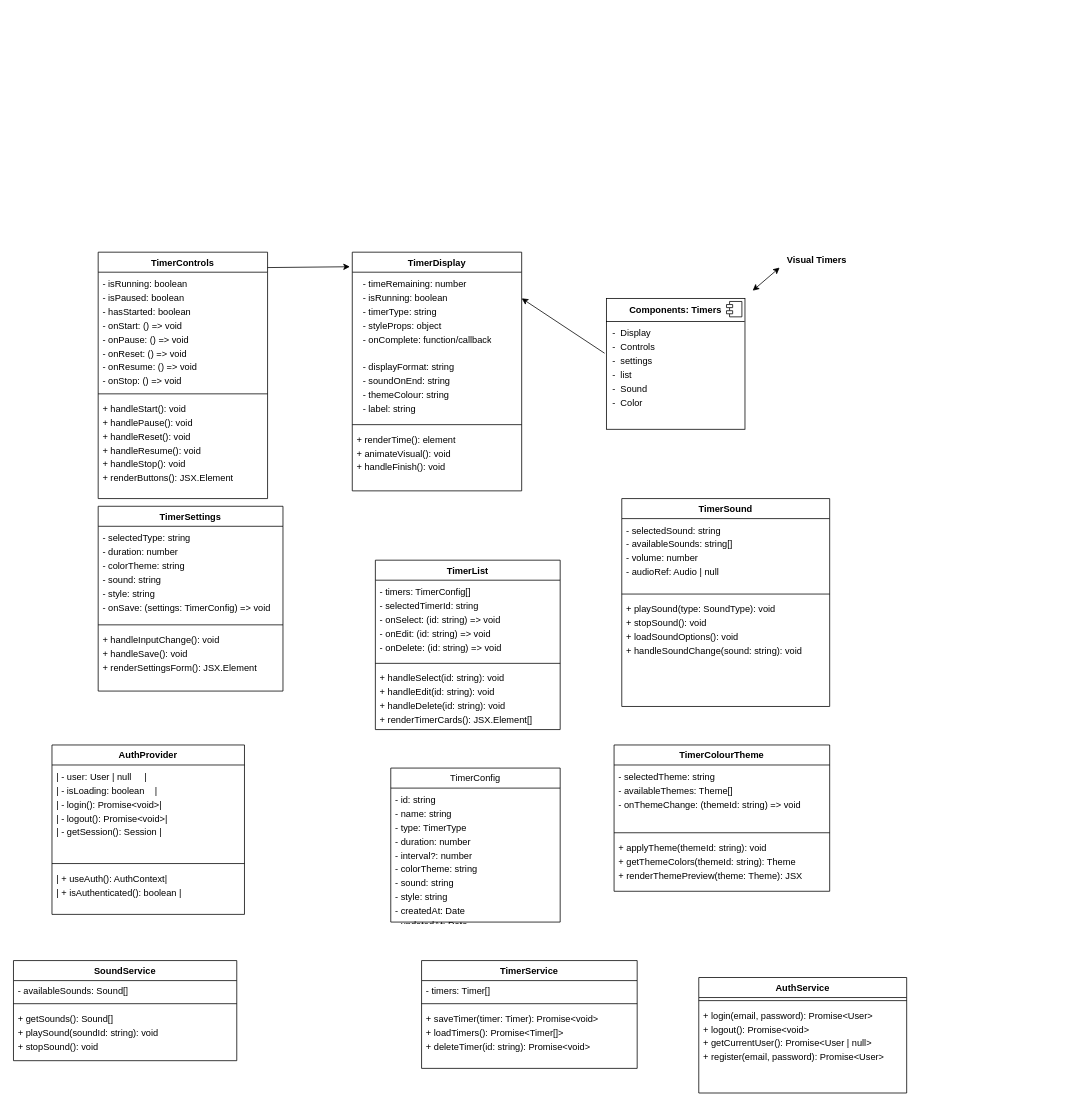
Before: visual-timers.drawio in JGrineau/visual-timers, a draw.io diagram. Source tidied: cells renumbered, new cells numbered last; positions are measured from the earlier drawing's top-left corner, leaving out a move shared by most shapes. Both pictures are drawn from the tidied source at 77%, with x=0, y=0 at pixel (13, 236).
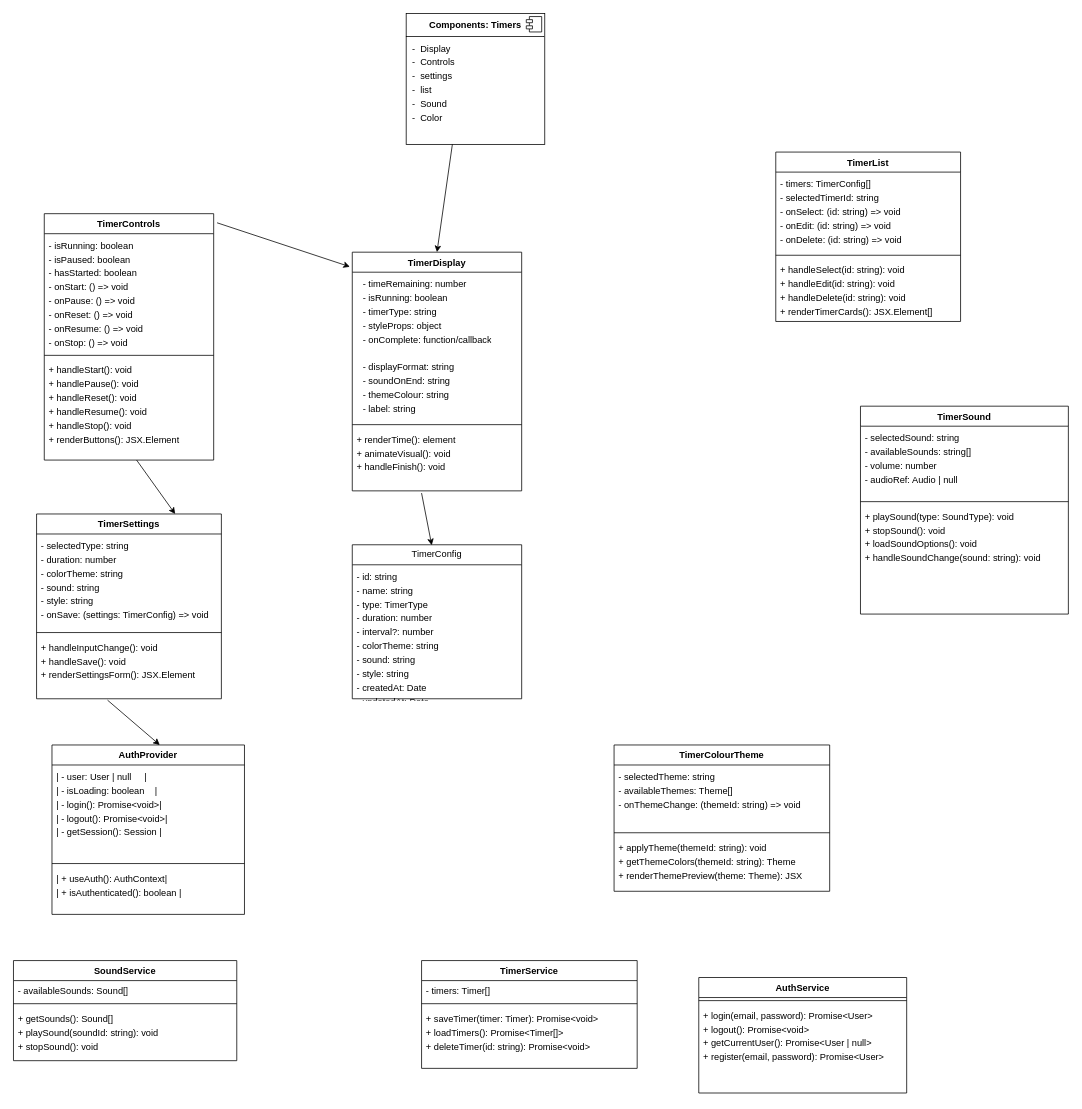
Above is the later version.

Commit message:
connecting components

Unchanged cells that the change refers to:
```xml
<mxCell id="7" value="TimerDisplay" style="swimlane;fontStyle=1;align=center;verticalAlign=top;horizontal=1;startSize=26;whiteSpace=wrap;html=1;" parent="1" vertex="1">
  <mxGeometry x="440" y="20" width="220" height="310" as="geometry" />
</mxCell>
<mxCell id="10" value="&lt;div style=&quot;line-height: 150%;&quot;&gt;+ renderTime(): element&lt;div&gt;+ animateVisual(): void&lt;/div&gt;&lt;div&gt;+ handleFinish(): void&lt;/div&gt;&lt;/div&gt;" style="text;strokeColor=none;fillColor=none;align=left;verticalAlign=top;spacingLeft=4;spacingRight=4;overflow=hidden;points=[[0,0.5],[1,0.5]];portConstraint=eastwest;whiteSpace=wrap;html=1;" parent="7" vertex="1">
  <mxGeometry y="228" width="220" height="82" as="geometry" />
</mxCell>
<mxCell id="14" value="&lt;div style=&quot;line-height: 150%;&quot;&gt;&lt;div&gt;&lt;span style=&quot;font-size: 12px;&quot;&gt;+ handleStart(): void&amp;nbsp;&lt;/span&gt;&lt;/div&gt;&lt;div&gt;&lt;span style=&quot;font-size: 12px;&quot;&gt;+ handlePause(): void&amp;nbsp;&lt;/span&gt;&lt;/div&gt;&lt;div&gt;&lt;span style=&quot;font-size: 12px;&quot;&gt;+ handleReset(): void&amp;nbsp;&lt;/span&gt;&lt;/div&gt;&lt;div&gt;&lt;span style=&quot;font-size: 12px;&quot;&gt;+ handleResume(): void&lt;/span&gt;&lt;/div&gt;&lt;div&gt;&lt;span style=&quot;font-size: 12px;&quot;&gt;+ handleStop(): void&amp;nbsp;&amp;nbsp;&lt;/span&gt;&lt;/div&gt;&lt;div&gt;&lt;span style=&quot;font-size: 12px;&quot;&gt;+ renderButtons(): JSX.Element&lt;/span&gt;&lt;/div&gt;&lt;/div&gt;" style="text;strokeColor=none;fillColor=none;align=left;verticalAlign=top;spacingLeft=4;spacingRight=4;overflow=hidden;points=[[0,0.5],[1,0.5]];portConstraint=eastwest;whiteSpace=wrap;html=1;" parent="11" vertex="1">
  <mxGeometry y="188" width="220" height="132" as="geometry" />
</mxCell>
<mxCell id="19" value="&lt;div style=&quot;line-height: 150%;&quot;&gt;&lt;div&gt;&lt;span style=&quot;font-size: 12px;&quot;&gt;+ handleInputChange(): void&lt;/span&gt;&lt;/div&gt;&lt;div&gt;&lt;span style=&quot;font-size: 12px;&quot;&gt;+ handleSave(): void&amp;nbsp; &amp;nbsp; &amp;nbsp; &amp;nbsp;&amp;nbsp;&lt;/span&gt;&lt;/div&gt;&lt;div&gt;&lt;span style=&quot;font-size: 12px;&quot;&gt;+ renderSettingsForm(): JSX.Element&amp;nbsp;&lt;/span&gt;&lt;/div&gt;&lt;/div&gt;" style="text;strokeColor=none;fillColor=none;align=left;verticalAlign=top;spacingLeft=4;spacingRight=4;overflow=hidden;points=[[0,0.5],[1,0.5]];portConstraint=eastwest;whiteSpace=wrap;html=1;" parent="16" vertex="1">
  <mxGeometry y="158" width="240" height="82" as="geometry" />
</mxCell>
<mxCell id="34" value="AuthProvider" style="swimlane;fontStyle=1;align=center;verticalAlign=top;horizontal=1;startSize=26;whiteSpace=wrap;html=1;" parent="1" vertex="1">
  <mxGeometry x="50" y="660" width="250" height="220" as="geometry" />
</mxCell>
```

The edit, as a diff of the source:
```diff
@@
-    <mxCell id="2" value="Visual Timers" style="text;align=center;fontStyle=1;verticalAlign=middle;spacingLeft=3;spacingRight=3;strokeColor=none;html=1;" parent="1" vertex="1">
-      <mxGeometry x="980" width="125" height="60" as="geometry" />
-    </mxCell>
     <mxCell id="3" value="&lt;div style=&quot;line-height: 150%;&quot;&gt;&lt;p style=&quot;margin:0px;margin-top:6px;text-align:center;&quot;&gt;&lt;b&gt;Components: Timers&lt;/b&gt;&lt;/p&gt;&lt;hr size=&quot;1&quot; style=&quot;border-style:solid;&quot;&gt;&lt;p style=&quot;margin:0px;margin-left:8px;&quot;&gt;-&amp;nbsp; Display&lt;/p&gt;&lt;p style=&quot;margin:0px;margin-left:8px;&quot;&gt;-&amp;nbsp; Controls&lt;/p&gt;&lt;p style=&quot;margin:0px;margin-left:8px;&quot;&gt;-&amp;nbsp; settings&lt;/p&gt;&lt;p style=&quot;margin:0px;margin-left:8px;&quot;&gt;-&amp;nbsp; list&lt;/p&gt;&lt;p style=&quot;margin:0px;margin-left:8px;&quot;&gt;-&amp;nbsp; Sound&amp;nbsp;&lt;/p&gt;&lt;p style=&quot;margin:0px;margin-left:8px;&quot;&gt;-&amp;nbsp; Color&lt;/p&gt;&lt;p style=&quot;margin:0px;margin-left:8px;&quot;&gt;&lt;/p&gt;&lt;/div&gt;" style="align=left;overflow=fill;html=1;whiteSpace=wrap;" parent="1" vertex="1">
-      <mxGeometry x="770" y="80" width="180" height="170" as="geometry" />
+      <mxGeometry x="510" y="-290" width="180" height="170" as="geometry" />
     </mxCell>
@@
-    <mxCell id="5" style="endArrow=classic;startArrow=classic;html=1;rounded=0;" parent="1" edge="1">
-      <mxGeometry relative="1" as="geometry">
-        <mxPoint x="960" y="70" as="sourcePoint" />
-        <mxPoint x="995" y="40" as="targetPoint" />
-      </mxGeometry>
-    </mxCell>
-    <mxCell id="6" style="endArrow=classic;html=1;rounded=0;exitX=-0.013;exitY=0.419;exitDx=0;exitDy=0;exitPerimeter=0;" parent="1" edge="1" source="3">
+    <mxCell id="6" style="endArrow=classic;html=1;rounded=0;exitX=-0.013;exitY=0.419;exitDx=0;exitDy=0;exitPerimeter=0;entryX=0.5;entryY=0;entryDx=0;entryDy=0;" parent="1" edge="1" target="7">
       <mxGeometry relative="1" as="geometry">
-        <mxPoint x="660" y="80" as="targetPoint" />
+        <mxPoint x="570" y="-120" as="sourcePoint" />
       </mxGeometry>
     </mxCell>
@@
     <mxCell id="11" value="TimerControls" style="swimlane;fontStyle=1;align=center;verticalAlign=top;horizontal=1;startSize=26;whiteSpace=wrap;html=1;" parent="1" vertex="1">
-      <mxGeometry x="110" y="20" width="220" height="320" as="geometry" />
+      <mxGeometry x="40" y="-30" width="220" height="320" as="geometry" />
     </mxCell>
@@
-    <mxCell id="15" style="endArrow=classic;html=1;rounded=0;entryX=-0.014;entryY=0.061;entryDx=0;entryDy=0;entryPerimeter=0;" parent="1" edge="1" target="7">
-      <mxGeometry relative="1" as="geometry">
-        <mxPoint x="330" y="40" as="sourcePoint" />
-      </mxGeometry>
+    <mxCell id="15" style="endArrow=classic;html=1;rounded=0;entryX=-0.014;entryY=0.061;entryDx=0;entryDy=0;entryPerimeter=0;exitX=1.02;exitY=0.037;exitDx=0;exitDy=0;exitPerimeter=0;" parent="1" edge="1" source="11" target="7">
+      <mxGeometry relative="1" as="geometry" />
     </mxCell>
     <mxCell id="16" value="TimerSettings" style="swimlane;fontStyle=1;align=center;verticalAlign=top;horizontal=1;startSize=26;whiteSpace=wrap;html=1;" parent="1" vertex="1">
-      <mxGeometry x="110" y="350" width="240" height="240" as="geometry" />
+      <mxGeometry x="30" y="360" width="240" height="240" as="geometry" />
     </mxCell>
@@
     <mxCell id="20" value="TimerList" style="swimlane;fontStyle=1;align=center;verticalAlign=top;horizontal=1;startSize=26;whiteSpace=wrap;html=1;" parent="1" vertex="1">
-      <mxGeometry x="470" y="420" width="240" height="220" as="geometry" />
+      <mxGeometry x="990" y="-110" width="240" height="220" as="geometry" />
     </mxCell>
@@
     <mxCell id="24" value="TimerConfig" style="swimlane;fontStyle=0;horizontal=1;startSize=26;fillColor=none;whiteSpace=wrap;html=1;" parent="1" vertex="1">
-      <mxGeometry x="490" y="690" width="220" height="200" as="geometry" />
+      <mxGeometry x="440" y="400" width="220" height="200" as="geometry" />
     </mxCell>
@@
     <mxCell id="26" value="TimerSound" style="swimlane;fontStyle=1;align=center;verticalAlign=top;horizontal=1;startSize=26;whiteSpace=wrap;html=1;" parent="1" vertex="1">
-      <mxGeometry x="790" y="340" width="270" height="270" as="geometry" />
+      <mxGeometry x="1100" y="220" width="270" height="270" as="geometry" />
     </mxCell>
@@
+    <mxCell id="49" style="endArrow=classic;html=1;rounded=0;entryX=0.75;entryY=0;entryDx=0;entryDy=0;exitX=0.545;exitY=1;exitDx=0;exitDy=0;exitPerimeter=0;" parent="1" edge="1" source="14" target="16">
+      <mxGeometry relative="1" as="geometry" />
+    </mxCell>
+    <mxCell id="50" style="endArrow=classic;html=1;rounded=0;entryX=0.56;entryY=0;entryDx=0;entryDy=0;entryPerimeter=0;exitX=0.384;exitY=1.022;exitDx=0;exitDy=0;exitPerimeter=0;" parent="1" edge="1" source="19" target="34">
+      <mxGeometry relative="1" as="geometry" />
+    </mxCell>
+    <mxCell id="51" style="endArrow=classic;html=1;rounded=0;entryX=0.469;entryY=0.003;entryDx=0;entryDy=0;entryPerimeter=0;exitX=0.409;exitY=1.035;exitDx=0;exitDy=0;exitPerimeter=0;" parent="1" edge="1" source="10" target="24">
+      <mxGeometry relative="1" as="geometry" />
+    </mxCell>
```
